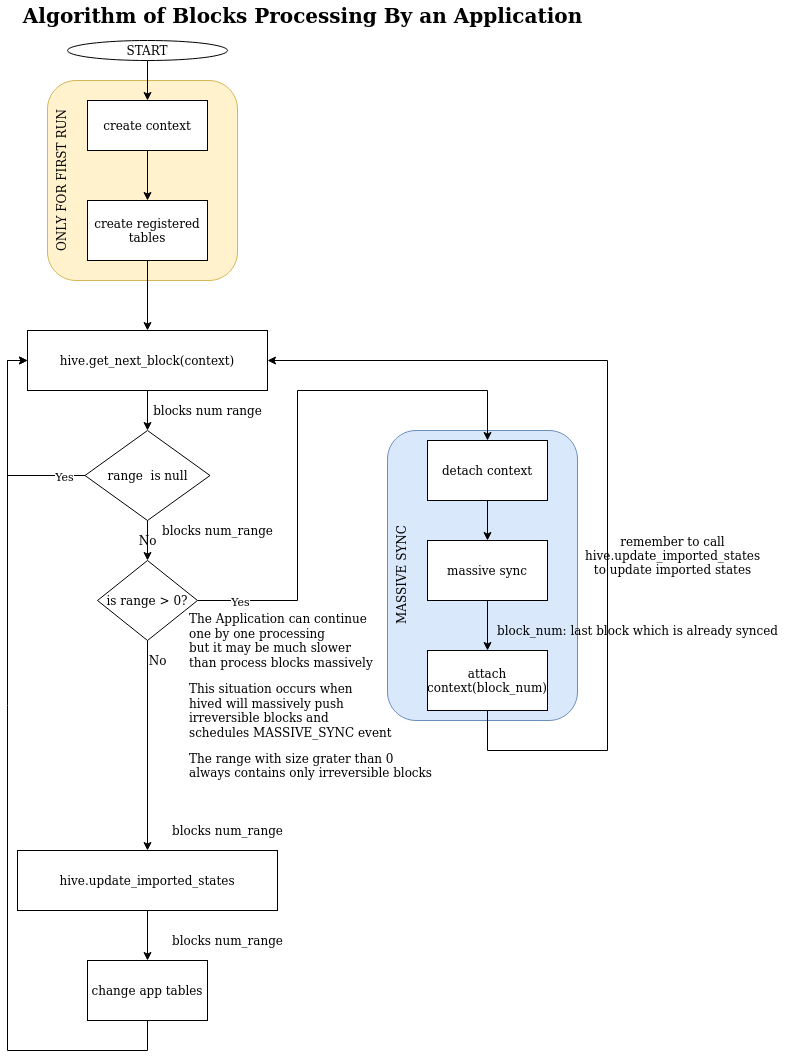
The draw.io diagram src/hive_fork_manager/doc/evq_app_process_block.png in openhive-network/psql_tools, before a commit. Source tidied: cells renumbered, new cells last; positions are measured from the earlier drawing's top-left corner, leaving out a move shared by most shapes. Its diagram source:
```xml
<mxGraphModel>
  <root>
    <mxCell id="0" />
    <mxCell id="1" parent="0" />
    <mxCell id="2" value="MASSIVE SYNC" style="rounded=1;html=1;fontSize=12;align=center;fillColor=#dae8fc;strokeColor=#6c8ebf;horizontal=0;verticalAlign=top;" parent="1" vertex="1">
      <mxGeometry x="380" y="430" width="190" height="290" as="geometry" />
    </mxCell>
    <mxCell id="3" value="ONLY FOR FIRST RUN" style="rounded=1;whiteSpace=wrap;html=1;fillColor=#fff2cc;strokeColor=#d6b656;verticalAlign=top;horizontal=0;" parent="1" vertex="1">
      <mxGeometry x="40" y="80" width="190" height="200" as="geometry" />
    </mxCell>
    <mxCell id="4" style="edgeStyle=orthogonalEdgeStyle;rounded=0;jettySize=auto;html=1;exitX=0.5;exitY=1;exitDx=0;exitDy=0;" parent="1" edge="1" source="5" target="7">
      <mxGeometry relative="1" as="geometry" />
    </mxCell>
    <mxCell id="5" value="START" style="ellipse;whiteSpace=wrap;html=1;" parent="1" vertex="1">
      <mxGeometry x="60" y="40" width="160" height="20" as="geometry" />
    </mxCell>
    <mxCell id="6" style="edgeStyle=orthogonalEdgeStyle;rounded=0;jettySize=auto;html=1;exitX=0.5;exitY=1;exitDx=0;exitDy=0;entryX=0.5;entryY=0;entryDx=0;entryDy=0;" parent="1" edge="1" source="7" target="9">
      <mxGeometry relative="1" as="geometry" />
    </mxCell>
    <mxCell id="7" value="create context" style="rounded=0;whiteSpace=wrap;html=1;" parent="1" vertex="1">
      <mxGeometry x="80" y="100" width="120" height="50" as="geometry" />
    </mxCell>
    <mxCell id="8" style="edgeStyle=orthogonalEdgeStyle;rounded=0;jettySize=auto;html=1;exitX=0.5;exitY=1;exitDx=0;exitDy=0;entryX=0.5;entryY=0;entryDx=0;entryDy=0;" parent="1" edge="1" source="9" target="18">
      <mxGeometry relative="1" as="geometry" />
    </mxCell>
    <mxCell id="9" value="create registered tables" style="rounded=0;whiteSpace=wrap;html=1;" parent="1" vertex="1">
      <mxGeometry x="80" y="200" width="120" height="60" as="geometry" />
    </mxCell>
    <mxCell id="10" style="edgeStyle=orthogonalEdgeStyle;rounded=0;jettySize=auto;html=1;exitX=0.5;exitY=1;exitDx=0;exitDy=0;entryX=0.5;entryY=0;entryDx=0;entryDy=0;" parent="1" edge="1" source="11" target="13">
      <mxGeometry relative="1" as="geometry" />
    </mxCell>
    <mxCell id="11" value="detach context" style="rounded=0;whiteSpace=wrap;html=1;" parent="1" vertex="1">
      <mxGeometry x="420" y="440" width="120" height="60" as="geometry" />
    </mxCell>
    <mxCell id="12" style="edgeStyle=orthogonalEdgeStyle;rounded=0;jettySize=auto;html=1;exitX=0.5;exitY=1;exitDx=0;exitDy=0;entryX=0.5;entryY=0;entryDx=0;entryDy=0;" parent="1" edge="1" source="13" target="15">
      <mxGeometry relative="1" as="geometry" />
    </mxCell>
    <mxCell id="13" value="massive sync" style="rounded=0;whiteSpace=wrap;html=1;" parent="1" vertex="1">
      <mxGeometry x="420" y="540" width="120" height="60" as="geometry" />
    </mxCell>
    <mxCell id="14" style="edgeStyle=orthogonalEdgeStyle;rounded=0;jettySize=auto;html=1;exitX=0.5;exitY=1;exitDx=0;exitDy=0;entryX=1;entryY=0.5;entryDx=0;entryDy=0;" parent="1" edge="1" source="15" target="18">
      <mxGeometry relative="1" as="geometry">
        <Array as="points">
          <mxPoint x="480" y="750" />
          <mxPoint x="600" y="750" />
          <mxPoint x="600" y="360" />
        </Array>
      </mxGeometry>
    </mxCell>
    <mxCell id="15" value="attach context(block_num)" style="rounded=0;whiteSpace=wrap;html=1;" parent="1" vertex="1">
      <mxGeometry x="420" y="650" width="120" height="60" as="geometry" />
    </mxCell>
    <mxCell id="16" value="block_num: last block which is already synced" style="text;html=1;align=center;verticalAlign=middle;strokeColor=none;" parent="1" vertex="1">
      <mxGeometry x="480" y="620" width="300" height="20" as="geometry" />
    </mxCell>
    <mxCell id="17" style="edgeStyle=orthogonalEdgeStyle;rounded=0;jettySize=auto;html=1;exitX=0.5;exitY=1;exitDx=0;exitDy=0;entryX=0.5;entryY=0;entryDx=0;entryDy=0;" parent="1" edge="1" source="18" target="22">
      <mxGeometry relative="1" as="geometry" />
    </mxCell>
    <mxCell id="18" value="hive.get_next_block(context)" style="rounded=0;whiteSpace=wrap;html=1;" parent="1" vertex="1">
      <mxGeometry x="20" y="330" width="240" height="60" as="geometry" />
    </mxCell>
    <mxCell id="19" style="edgeStyle=orthogonalEdgeStyle;rounded=0;jettySize=auto;html=1;exitX=0;exitY=0.5;exitDx=0;exitDy=0;entryX=0;entryY=0.5;entryDx=0;entryDy=0;" parent="1" edge="1" source="22" target="18">
      <mxGeometry relative="1" as="geometry" />
    </mxCell>
    <mxCell id="20" value="Yes" style="edgeLabel;html=1;align=center;verticalAlign=middle;" parent="19" vertex="1">
      <mxGeometry x="-0.8" y="3" relative="1" as="geometry">
        <mxPoint y="-3" as="offset" />
      </mxGeometry>
    </mxCell>
    <mxCell id="21" style="edgeStyle=orthogonalEdgeStyle;rounded=0;jettySize=auto;html=1;exitX=0.5;exitY=1;exitDx=0;exitDy=0;entryX=0.5;entryY=0;entryDx=0;entryDy=0;" parent="1" edge="1" source="22" target="31">
      <mxGeometry relative="1" as="geometry" />
    </mxCell>
    <mxCell id="22" value="range&amp;nbsp; is null " style="rhombus;whiteSpace=wrap;html=1;" parent="1" vertex="1">
      <mxGeometry x="77.5" y="430" width="125" height="90" as="geometry" />
    </mxCell>
    <mxCell id="23" value="blocks num range" style="text;html=1;align=center;verticalAlign=middle;strokeColor=none;" parent="1" vertex="1">
      <mxGeometry x="140" y="400" width="120" height="20" as="geometry" />
    </mxCell>
    <mxCell id="24" style="edgeStyle=orthogonalEdgeStyle;rounded=0;jettySize=auto;html=1;exitX=0.5;exitY=1;exitDx=0;exitDy=0;entryX=0;entryY=0.5;entryDx=0;entryDy=0;" parent="1" edge="1" source="25" target="18">
      <mxGeometry relative="1" as="geometry">
        <Array as="points">
          <mxPoint x="140" y="1050" />
          <mxPoint y="1050" />
          <mxPoint y="360" />
        </Array>
      </mxGeometry>
    </mxCell>
    <mxCell id="25" value="change app tables" style="rounded=0;whiteSpace=wrap;html=1;" parent="1" vertex="1">
      <mxGeometry x="80" y="960" width="120" height="60" as="geometry" />
    </mxCell>
    <mxCell id="26" value="blocks num_range" style="text;html=1;align=center;verticalAlign=middle;strokeColor=none;" parent="1" vertex="1">
      <mxGeometry x="145" y="520" width="130" height="20" as="geometry" />
    </mxCell>
    <mxCell id="27" value="Algorithm of Blocks Processing By an Application" style="text;html=1;align=center;verticalAlign=middle;strokeColor=none;fontStyle=1;fontSize=20;" parent="1" vertex="1">
      <mxGeometry x="10" width="570" height="30" as="geometry" />
    </mxCell>
    <mxCell id="28" style="edgeStyle=orthogonalEdgeStyle;rounded=0;jettySize=auto;html=1;exitX=0.5;exitY=1;exitDx=0;exitDy=0;entryX=0.5;entryY=0;entryDx=0;entryDy=0;" parent="1" edge="1" source="31" target="39">
      <mxGeometry relative="1" as="geometry" />
    </mxCell>
    <mxCell id="29" style="edgeStyle=orthogonalEdgeStyle;rounded=0;jettySize=auto;html=1;exitX=1;exitY=0.5;exitDx=0;exitDy=0;entryX=0.5;entryY=0;entryDx=0;entryDy=0;" parent="1" edge="1" source="31" target="11">
      <mxGeometry relative="1" as="geometry">
        <Array as="points">
          <mxPoint x="290" y="600" />
          <mxPoint x="290" y="390" />
          <mxPoint x="480" y="390" />
        </Array>
      </mxGeometry>
    </mxCell>
    <mxCell id="30" value="Yes" style="edgeLabel;html=1;align=center;verticalAlign=middle;" parent="29" vertex="1">
      <mxGeometry x="-0.85" relative="1" as="geometry" />
    </mxCell>
    <mxCell id="31" value="is range &amp;gt; 0?" style="rhombus;whiteSpace=wrap;html=1;" parent="1" vertex="1">
      <mxGeometry x="90" y="560" width="100" height="80" as="geometry" />
    </mxCell>
    <mxCell id="32" value="No" style="text;html=1;align=center;verticalAlign=middle;strokeColor=none;" parent="1" vertex="1">
      <mxGeometry x="135" y="650" width="30" height="20" as="geometry" />
    </mxCell>
    <mxCell id="33" value="&lt;div&gt;The Application can continue&lt;/div&gt;&lt;div&gt; one by one processing&lt;/div&gt;&lt;div&gt;but it may be much slower&lt;/div&gt;&lt;div&gt; than process blocks massively&lt;br&gt;&lt;/div&gt;" style="text;html=1;align=left;verticalAlign=middle;strokeColor=none;" parent="1" vertex="1">
      <mxGeometry x="180" y="610" width="200" height="60" as="geometry" />
    </mxCell>
    <mxCell id="34" value="No" style="text;html=1;align=center;verticalAlign=middle;strokeColor=none;" parent="1" vertex="1">
      <mxGeometry x="125" y="530" width="30" height="20" as="geometry" />
    </mxCell>
    <mxCell id="35" value="blocks num_range" style="text;html=1;align=center;verticalAlign=middle;strokeColor=none;" parent="1" vertex="1">
      <mxGeometry x="155" y="930" width="130" height="20" as="geometry" />
    </mxCell>
    <mxCell id="36" value="&lt;div&gt;This situation occurs when&lt;/div&gt;&lt;div&gt;hived will massively push&lt;/div&gt;&lt;div&gt; irreversible blocks and&lt;/div&gt;&lt;div&gt;schedules MASSIVE_SYNC event&lt;br&gt;&lt;/div&gt;" style="text;html=1;align=left;verticalAlign=middle;strokeColor=none;" parent="1" vertex="1">
      <mxGeometry x="180" y="680" width="220" height="60" as="geometry" />
    </mxCell>
    <mxCell id="37" value="&lt;div&gt;The range with size grater than 0&lt;/div&gt;&lt;div&gt; always contains only irreversible blocks &lt;/div&gt;" style="text;html=1;align=left;verticalAlign=middle;strokeColor=none;" parent="1" vertex="1">
      <mxGeometry x="180" y="750" width="260" height="30" as="geometry" />
    </mxCell>
    <mxCell id="38" style="edgeStyle=orthogonalEdgeStyle;rounded=0;jettySize=auto;html=1;exitX=0.5;exitY=1;exitDx=0;exitDy=0;entryX=0.5;entryY=0;entryDx=0;entryDy=0;" parent="1" edge="1" source="39" target="25">
      <mxGeometry relative="1" as="geometry" />
    </mxCell>
    <mxCell id="39" value="hive.update_imported_states" style="rounded=0;whiteSpace=wrap;html=1;" parent="1" vertex="1">
      <mxGeometry x="10" y="850" width="260" height="60" as="geometry" />
    </mxCell>
    <mxCell id="40" value="blocks num_range" style="text;html=1;align=center;verticalAlign=middle;strokeColor=none;" parent="1" vertex="1">
      <mxGeometry x="155" y="820" width="130" height="20" as="geometry" />
    </mxCell>
    <mxCell id="41" value="&lt;div&gt;remember to call&lt;/div&gt;&lt;div align=&quot;left&quot;&gt;hive.update_imported_states&lt;/div&gt;&lt;div&gt;to update imported states&lt;br&gt;&lt;/div&gt;" style="text;html=1;align=center;verticalAlign=middle;strokeColor=none;" parent="1" vertex="1">
      <mxGeometry x="570" y="530" width="190" height="50" as="geometry" />
    </mxCell>
  </root>
</mxGraphModel>
```
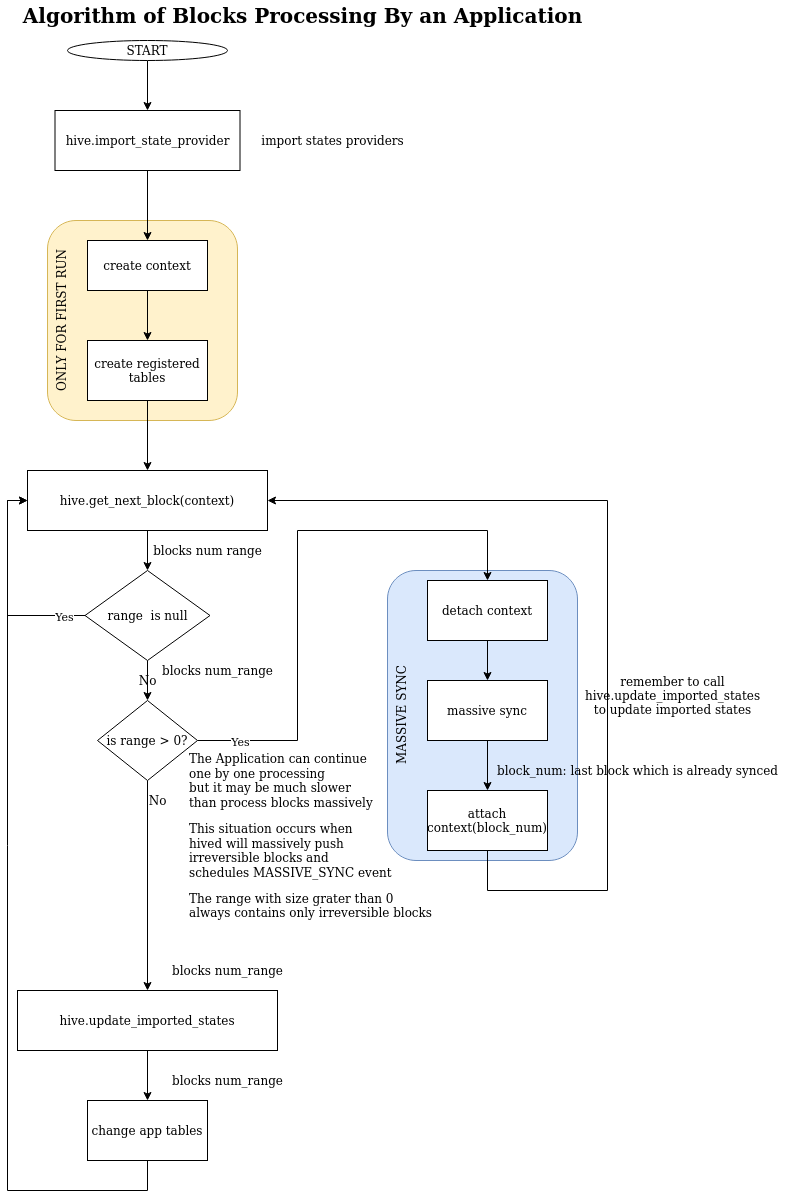
After the commit.

Commit message:
update doc about state providers

Diff of the diagram source:
```diff
@@ -8,11 +8,11 @@
     <mxCell id="3" value="ONLY FOR FIRST RUN" style="rounded=1;whiteSpace=wrap;html=1;fillColor=#fff2cc;strokeColor=#d6b656;verticalAlign=top;horizontal=0;" parent="1" vertex="1">
       <mxGeometry x="40" y="80" width="190" height="200" as="geometry" />
     </mxCell>
-    <mxCell id="4" style="edgeStyle=orthogonalEdgeStyle;rounded=0;jettySize=auto;html=1;exitX=0.5;exitY=1;exitDx=0;exitDy=0;" parent="1" edge="1" source="5" target="7">
-      <mxGeometry relative="1" as="geometry" />
-    </mxCell>
+    <mxCell id="42" style="edgeStyle=orthogonalEdgeStyle;rounded=0;jettySize=auto;html=1;exitX=0.5;exitY=1;exitDx=0;exitDy=0;" parent="1" edge="1" source="5" target="44">
+      <mxGeometry relative="1" as="geometry" />
+    </mxCell>
     <mxCell id="5" value="START" style="ellipse;whiteSpace=wrap;html=1;" parent="1" vertex="1">
-      <mxGeometry x="60" y="40" width="160" height="20" as="geometry" />
+      <mxGeometry x="60" y="-100" width="160" height="20" as="geometry" />
     </mxCell>
     <mxCell id="6" style="edgeStyle=orthogonalEdgeStyle;rounded=0;jettySize=auto;html=1;exitX=0.5;exitY=1;exitDx=0;exitDy=0;entryX=0.5;entryY=0;entryDx=0;entryDy=0;" parent="1" edge="1" source="7" target="9">
       <mxGeometry relative="1" as="geometry" />
@@ -92,7 +92,7 @@
       <mxGeometry x="145" y="520" width="130" height="20" as="geometry" />
     </mxCell>
     <mxCell id="27" value="Algorithm of Blocks Processing By an Application" style="text;html=1;align=center;verticalAlign=middle;strokeColor=none;fontStyle=1;fontSize=20;" parent="1" vertex="1">
-      <mxGeometry x="10" width="570" height="30" as="geometry" />
+      <mxGeometry x="10" y="-140" width="570" height="30" as="geometry" />
     </mxCell>
     <mxCell id="28" style="edgeStyle=orthogonalEdgeStyle;rounded=0;jettySize=auto;html=1;exitX=0.5;exitY=1;exitDx=0;exitDy=0;entryX=0.5;entryY=0;entryDx=0;entryDy=0;" parent="1" edge="1" source="31" target="39">
       <mxGeometry relative="1" as="geometry" />
@@ -142,5 +142,14 @@
     <mxCell id="41" value="&lt;div&gt;remember to call&lt;/div&gt;&lt;div align=&quot;left&quot;&gt;hive.update_imported_states&lt;/div&gt;&lt;div&gt;to update imported states&lt;br&gt;&lt;/div&gt;" style="text;html=1;align=center;verticalAlign=middle;strokeColor=none;" parent="1" vertex="1">
       <mxGeometry x="570" y="530" width="190" height="50" as="geometry" />
     </mxCell>
+    <mxCell id="43" style="edgeStyle=orthogonalEdgeStyle;rounded=0;jettySize=auto;html=1;exitX=0.5;exitY=1;exitDx=0;exitDy=0;" parent="1" edge="1" source="44" target="7">
+      <mxGeometry relative="1" as="geometry" />
+    </mxCell>
+    <mxCell id="44" value="hive.import_state_provider" style="rounded=0;whiteSpace=wrap;html=1;" parent="1" vertex="1">
+      <mxGeometry x="47.5" y="-30" width="185" height="60" as="geometry" />
+    </mxCell>
+    <mxCell id="45" value="import states providers" style="text;html=1;align=center;verticalAlign=middle;strokeColor=none;" parent="1" vertex="1">
+      <mxGeometry x="245" y="-10" width="160" height="20" as="geometry" />
+    </mxCell>
   </root>
 </mxGraphModel>
```
